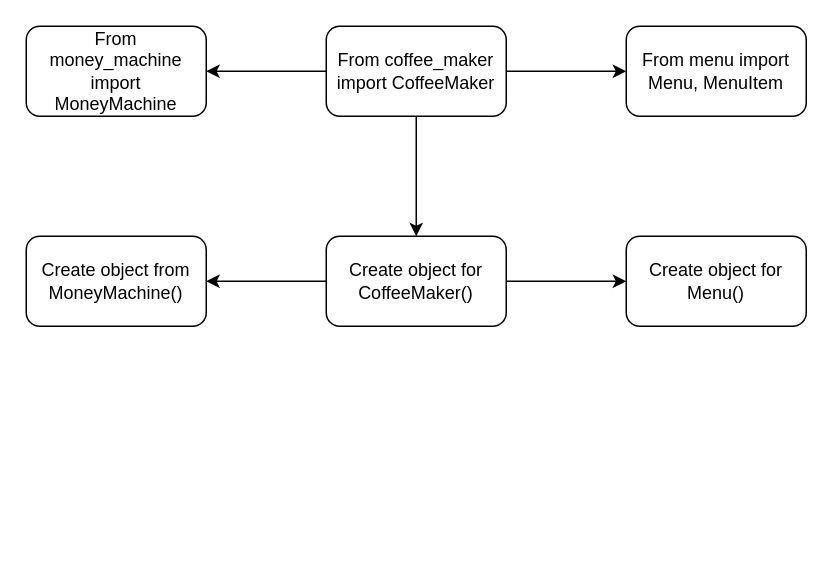
This is oop_coffee_machine.drawio from Matasem-h/new_flowcharts, a draw.io file, before an edit. Source tidied: cells renumbered, new cells numbered last; positions are measured from the earlier drawing's top-left corner, leaving out a move shared by most shapes. Both pictures are drawn from the tidied source at 150%, with x=0, y=0 at pixel (26, 26).
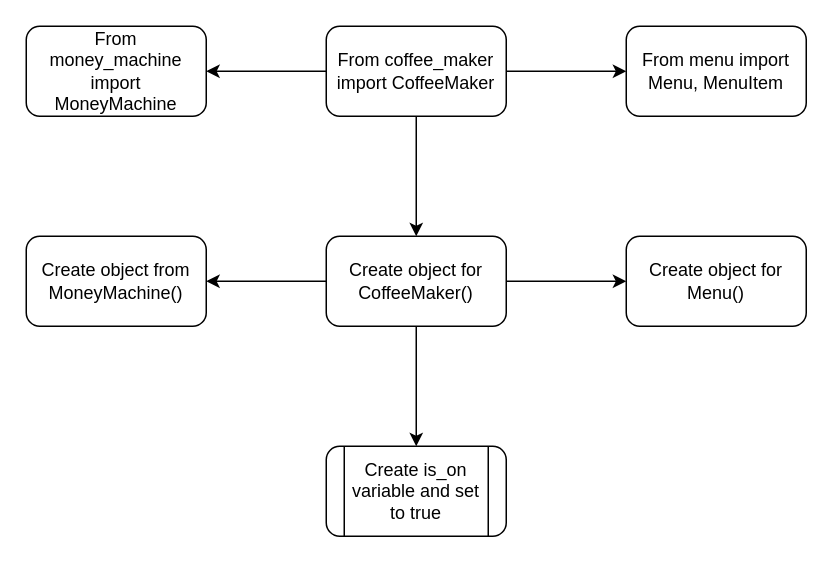
After the change.

What changed in the source:
```diff
@@
 <mxGraphModel>
   <root>
     <mxCell id="0" />
     <mxCell id="1" parent="0" />
     <mxCell id="2" style="edgeStyle=orthogonalEdgeStyle;rounded=0;jettySize=auto;html=1;" parent="1" edge="1" source="5" target="6">
       <mxGeometry relative="1" as="geometry" />
     </mxCell>
     <mxCell id="3" style="edgeStyle=orthogonalEdgeStyle;rounded=0;jettySize=auto;html=1;" parent="1" edge="1" source="5" target="7">
       <mxGeometry relative="1" as="geometry" />
     </mxCell>
     <mxCell id="4" style="edgeStyle=orthogonalEdgeStyle;rounded=0;jettySize=auto;html=1;" parent="1" edge="1" source="5" target="10">
       <mxGeometry relative="1" as="geometry" />
     </mxCell>
     <mxCell id="5" value="From coffee_maker import CoffeeMaker" style="rounded=1;whiteSpace=wrap;html=1;" parent="1" vertex="1">
       <mxGeometry x="200" width="120" height="60" as="geometry" />
     </mxCell>
     <mxCell id="6" value="From menu import Menu, MenuItem" style="whiteSpace=wrap;html=1;rounded=1;" parent="1" vertex="1">
       <mxGeometry x="400" width="120" height="60" as="geometry" />
     </mxCell>
     <mxCell id="7" value="&lt;div&gt;From money_machine import MoneyMachine&lt;br&gt;&lt;/div&gt;" style="whiteSpace=wrap;html=1;rounded=1;" parent="1" vertex="1">
       <mxGeometry width="120" height="60" as="geometry" />
     </mxCell>
     <mxCell id="8" style="edgeStyle=orthogonalEdgeStyle;rounded=0;jettySize=auto;html=1;" parent="1" edge="1" source="10" target="11">
       <mxGeometry relative="1" as="geometry" />
     </mxCell>
     <mxCell id="9" style="edgeStyle=orthogonalEdgeStyle;rounded=0;jettySize=auto;html=1;" parent="1" edge="1" source="10" target="12">
       <mxGeometry relative="1" as="geometry" />
     </mxCell>
+    <mxCell id="13" style="edgeStyle=orthogonalEdgeStyle;rounded=0;jettySize=auto;html=1;" parent="1" edge="1" source="10" target="14">
+      <mxGeometry relative="1" as="geometry" />
+    </mxCell>
     <mxCell id="10" value="Create object for CoffeeMaker()" style="whiteSpace=wrap;html=1;rounded=1;" parent="1" vertex="1">
       <mxGeometry x="200" y="140" width="120" height="60" as="geometry" />
     </mxCell>
     <mxCell id="11" value="Create object for Menu()" style="whiteSpace=wrap;html=1;rounded=1;" parent="1" vertex="1">
       <mxGeometry x="400" y="140" width="120" height="60" as="geometry" />
     </mxCell>
     <mxCell id="12" value="Create object from MoneyMachine()" style="whiteSpace=wrap;html=1;rounded=1;" parent="1" vertex="1">
       <mxGeometry y="140" width="120" height="60" as="geometry" />
     </mxCell>
+    <mxCell id="14" value="Create is_on variable and set to true" style="shape=process;whiteSpace=wrap;html=1;backgroundOutline=1;rounded=1;" parent="1" vertex="1">
+      <mxGeometry x="200" y="280" width="120" height="60" as="geometry" />
+    </mxCell>
   </root>
 </mxGraphModel>
```
